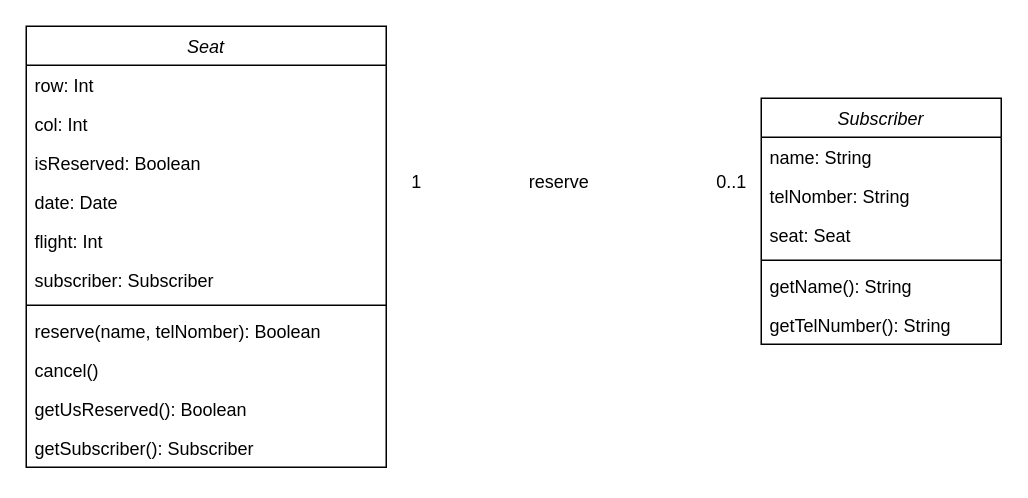
bana118/sdm-report keeps this draw.io diagram as uml.drawio. Above is the earlier version. Source tidied: cells renumbered, new cells numbered last; positions are measured from the earlier drawing's top-left corner, leaving out a move shared by most shapes. Both pictures are drawn from the tidied source at 150%, with x=0, y=0 at pixel (26, 26).
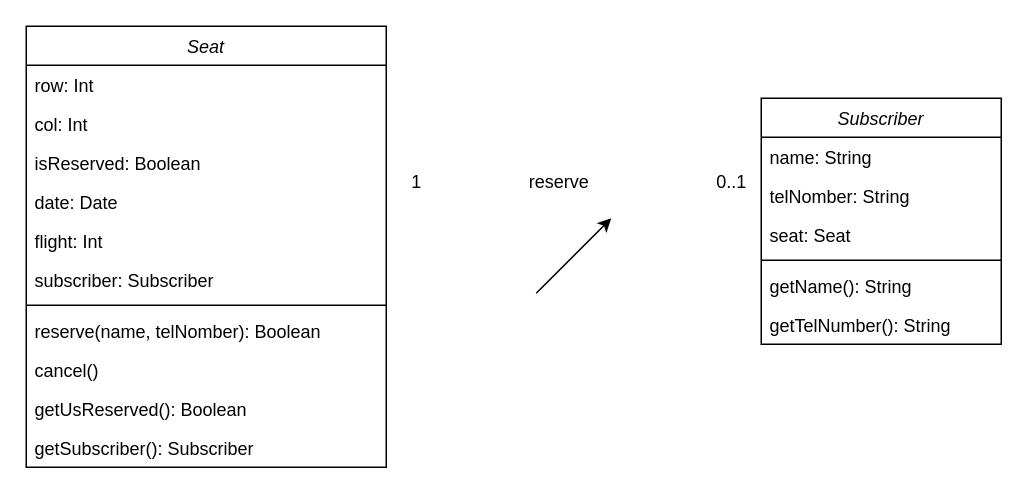
After the change.

Commit message (it also covers changes not shown here):
fix cancel function

Diff of the diagram source:
```diff
@@
+    <mxCell id="25" style="endArrow=classic;html=1;" parent="1" edge="1">
+      <mxGeometry relative="1" as="geometry">
+        <mxPoint x="340" y="178" as="sourcePoint" />
+        <mxPoint x="390" y="128" as="targetPoint" />
+      </mxGeometry>
+    </mxCell>
```
